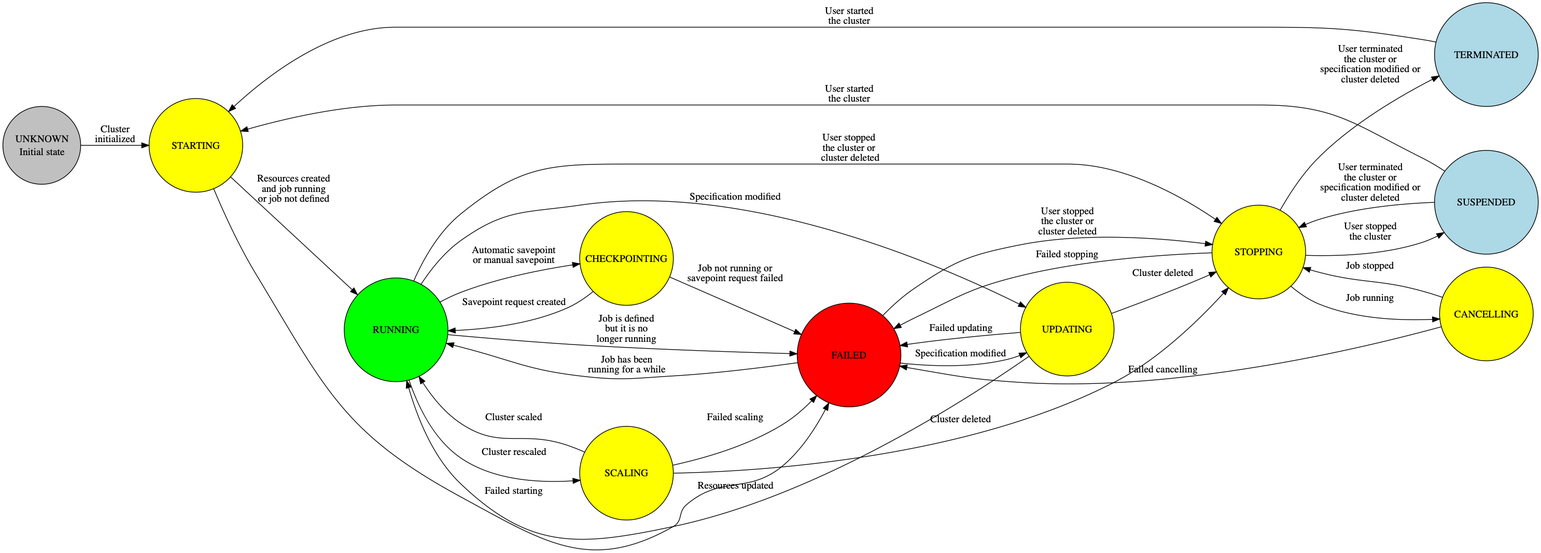
Above: graphs/flink-cluster.png in nextbreakpoint/flink-k8s-toolbox (Graphviz), before the change. Its source is kept beside it as graphs/flink-cluster.dot.
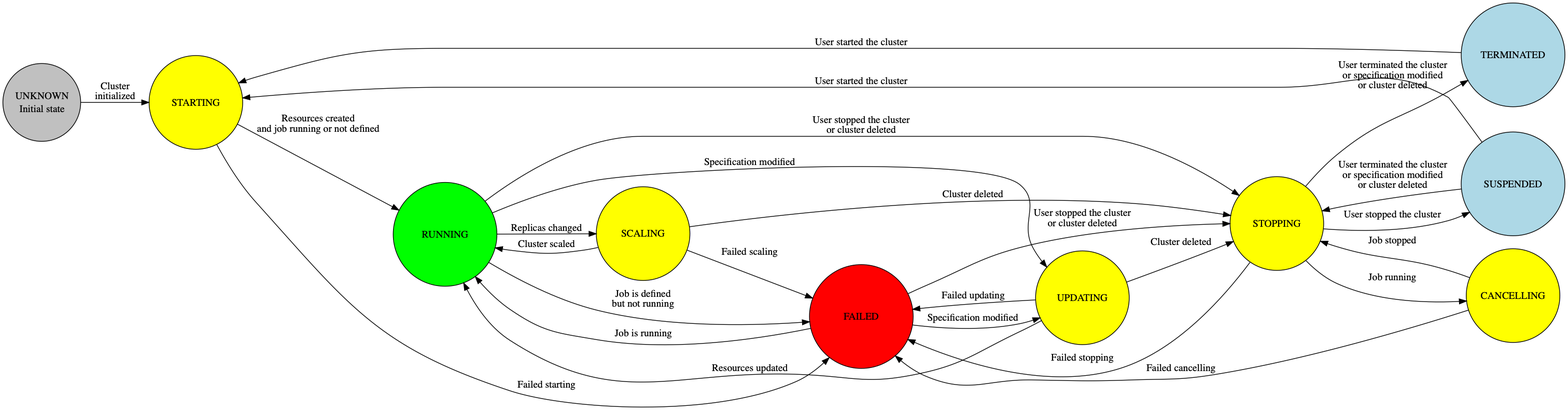
After the change.

Commit message:
remove checkpointing task and status

The edit, as a diff of the source:
```diff
@@ -24,7 +24,7 @@
   STARTING -> RUNNING [ label = <
       <TABLE ALIGN="LEFT" BORDER="0" CELLBORDER="0" CELLSPACING="0">
           <TR>
-              <TD>Resources created<BR/>and job running<BR/>or job not defined</TD>
+              <TD>Resources created<BR/>and job running or not defined</TD>
           </TR>
       </TABLE>
   > ];
@@ -32,13 +32,6 @@
       <TABLE ALIGN="LEFT" BORDER="0" CELLBORDER="0" CELLSPACING="0">
           <TR>
               <TD>Failed starting</TD>
-          </TR>
-      </TABLE>
-  > ];
-  RUNNING -> CHECKPOINTING [ label = <
-      <TABLE ALIGN="LEFT" BORDER="0" CELLBORDER="0" CELLSPACING="0">
-          <TR>
-              <TD>Automatic savepoint<BR/>or manual savepoint</TD>
           </TR>
       </TABLE>
   > ];
@@ -52,21 +45,21 @@
   RUNNING -> SCALING [ label = <
       <TABLE ALIGN="LEFT" BORDER="0" CELLBORDER="0" CELLSPACING="0">
           <TR>
-              <TD>Cluster rescaled</TD>
+              <TD>Replicas changed</TD>
           </TR>
       </TABLE>
   > ];
   RUNNING -> FAILED [ label = <
       <TABLE ALIGN="LEFT" BORDER="0" CELLBORDER="0" CELLSPACING="0">
           <TR>
-              <TD>Job is defined<BR/>but it is no<BR/>longer running</TD>
+              <TD>Job is defined<BR/>but not running</TD>
           </TR>
       </TABLE>
   > ];
   RUNNING -> STOPPING [ label = <
       <TABLE ALIGN="LEFT" BORDER="0" CELLBORDER="0" CELLSPACING="0">
           <TR>
-              <TD>User stopped<BR/>the cluster or<BR/> cluster deleted</TD>
+              <TD>User stopped the cluster<BR/>or cluster deleted</TD>
           </TR>
       </TABLE>
   > ];
@@ -115,14 +108,14 @@
   STOPPING -> SUSPENDED [ label = <
       <TABLE ALIGN="LEFT" BORDER="0" CELLBORDER="0" CELLSPACING="0">
           <TR>
-              <TD>User stopped<BR/>the cluster</TD>
+              <TD>User stopped the cluster</TD>
           </TR>
       </TABLE>
   > ];
   STOPPING -> TERMINATED [ label = <
       <TABLE ALIGN="LEFT" BORDER="0" CELLBORDER="0" CELLSPACING="0">
           <TR>
-              <TD>User terminated<BR/>the cluster or<BR/>specification modified or<BR/>cluster deleted</TD>
+              <TD>User terminated the cluster<BR/>or specification modified<BR/>or cluster deleted</TD>
           </TR>
       </TABLE>
   > ];
@@ -154,52 +147,38 @@
           </TR>
       </TABLE>
   > ];
-  CHECKPOINTING -> RUNNING [ label = <
-      <TABLE ALIGN="LEFT" BORDER="0" CELLBORDER="0" CELLSPACING="0">
-          <TR>
-              <TD>Savepoint request created</TD>
-          </TR>
-      </TABLE>
-  > ];
-  CHECKPOINTING -> FAILED [ label = <
-      <TABLE ALIGN="LEFT" BORDER="0" CELLBORDER="0" CELLSPACING="0">
-          <TR>
-              <TD>Job not running or<BR/>savepoint request failed</TD>
-          </TR>
-      </TABLE>
-  > ];
   SUSPENDED -> STARTING [ label = <
       <TABLE ALIGN="LEFT" BORDER="0" CELLBORDER="0" CELLSPACING="0">
           <TR>
-              <TD>User started<BR/>the cluster</TD>
+              <TD>User started the cluster</TD>
           </TR>
       </TABLE>
   > ];
   SUSPENDED -> STOPPING [ label = <
       <TABLE ALIGN="LEFT" BORDER="0" CELLBORDER="0" CELLSPACING="0">
           <TR>
-              <TD>User terminated<BR/>the cluster or<BR/>specification modified or<BR/>cluster deleted</TD>
+              <TD>User terminated the cluster<BR/>or specification modified<BR/>or cluster deleted</TD>
           </TR>
       </TABLE>
   > ];
   TERMINATED -> STARTING [ label = <
       <TABLE ALIGN="LEFT" BORDER="0" CELLBORDER="0" CELLSPACING="0">
           <TR>
-              <TD>User started<BR/>the cluster</TD>
+              <TD>User started the cluster</TD>
           </TR>
       </TABLE>
   > ];
   FAILED -> STOPPING [ label = <
       <TABLE ALIGN="LEFT" BORDER="0" CELLBORDER="0" CELLSPACING="0">
           <TR>
-              <TD>User stopped<BR/>the cluster or<BR/>cluster deleted</TD>
+              <TD>User stopped the cluster<BR/>or cluster deleted</TD>
           </TR>
       </TABLE>
   > ];
   FAILED -> RUNNING [ label = <
       <TABLE ALIGN="LEFT" BORDER="0" CELLBORDER="0" CELLSPACING="0">
           <TR>
-              <TD>Job has been<BR/>running for a while</TD>
+              <TD>Job is running</TD>
           </TR>
       </TABLE>
   > ];
@@ -210,7 +189,6 @@
           </TR>
       </TABLE>
   > ];
-  CHECKPOINTING [ fillcolor=yellow ];
   CANCELLING [ fillcolor=yellow ];
   STOPPING [ fillcolor=yellow ];
   STARTING [ fillcolor=yellow ];
```
